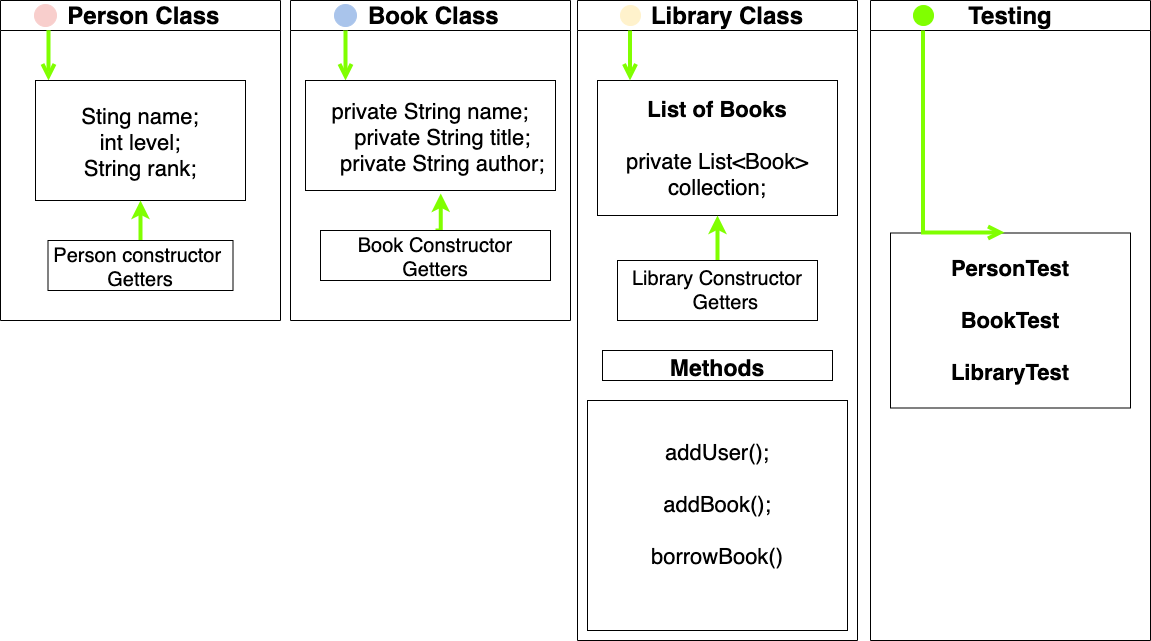
Before: src/main/java/BookLibraryUML.png, a diagram exported from draw.io (Beyond-Logic/week-3-task-Beyond-Logic). Source tidied: cells renumbered, new cells last; positions are measured from the earlier drawing's top-left corner, leaving out a move shared by most shapes.
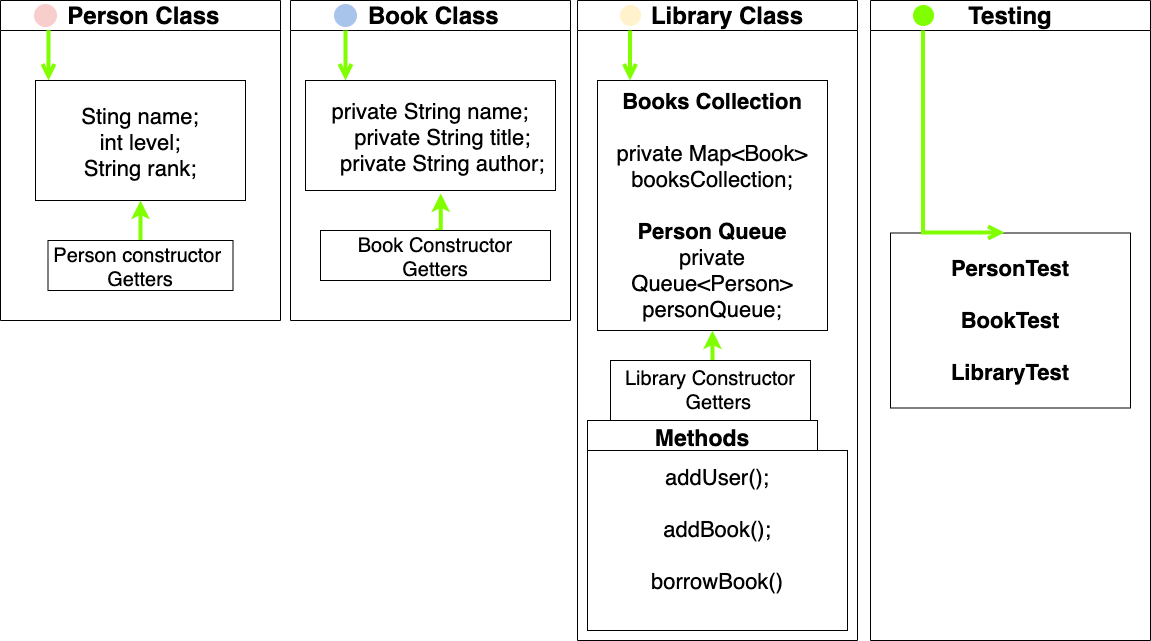
After the commit.

Commit message:
BookLibrary Base on #Priority

Diff of the diagram source:
```diff
@@ -26,20 +26,20 @@
     <mxCell id="9" style="ellipse;whiteSpace=wrap;html=1;fillColor=#FFF2CC;strokeColor=#FFF2CC;" parent="8" vertex="1">
       <mxGeometry x="43" y="5" width="20" height="20" as="geometry" />
     </mxCell>
-    <mxCell id="10" value="&lt;b style=&quot;font-size: 22px;&quot;&gt;List of Books&lt;br style=&quot;font-size: 22px;&quot;&gt;&lt;/b&gt;&lt;br style=&quot;font-size: 22px;&quot;&gt;private List&amp;lt;Book&amp;gt; collection;" style="rounded=0;whiteSpace=wrap;html=1;fontSize=22;" parent="8" vertex="1">
-      <mxGeometry x="20" y="80" width="240" height="135" as="geometry" />
+    <mxCell id="10" value="&lt;b style=&quot;font-size: 22px&quot;&gt;Books Collection&lt;br style=&quot;font-size: 22px&quot;&gt;&lt;/b&gt;&lt;br style=&quot;font-size: 22px&quot;&gt;private Map&amp;lt;Book&amp;gt; booksCollection;&lt;br&gt;&lt;br&gt;&lt;b&gt;Person Queue&lt;/b&gt;&lt;br&gt;private Queue&amp;lt;Person&amp;gt; personQueue;" style="rounded=0;whiteSpace=wrap;html=1;fontSize=22;" parent="8" vertex="1">
+      <mxGeometry x="20" y="80" width="230" height="250" as="geometry" />
     </mxCell>
     <mxCell id="11" style="edgeStyle=orthogonalEdgeStyle;rounded=0;jettySize=auto;html=1;exitX=0.5;exitY=0;exitDx=0;exitDy=0;entryX=0.5;entryY=1;entryDx=0;entryDy=0;fontSize=22;fontColor=#80FF00;strokeColor=#80FF00;strokeWidth=4;" parent="8" edge="1" source="12" target="10">
       <mxGeometry relative="1" as="geometry" />
     </mxCell>
     <mxCell id="12" value="&lt;font color=&quot;#000000&quot; style=&quot;font-size: 20px&quot;&gt;Library Constructor&lt;br&gt;&amp;nbsp; &amp;nbsp;Getters&lt;/font&gt;" style="rounded=0;whiteSpace=wrap;html=1;fontColor=#66FF66;fontSize=20;" parent="8" vertex="1">
-      <mxGeometry x="40" y="260" width="200" height="60" as="geometry" />
+      <mxGeometry x="33" y="360" width="200" height="60" as="geometry" />
     </mxCell>
     <mxCell id="13" value="&#10;Methods&#10;" style="fontStyle=1;fontSize=23;" parent="8" vertex="1">
-      <mxGeometry x="25" y="350" width="230" height="30" as="geometry" />
+      <mxGeometry x="10" y="420" width="230" height="30" as="geometry" />
     </mxCell>
     <mxCell id="14" value="&#10;addUser();&#10;&#10;addBook();&#10;&#10;borrowBook()&#10;&#10;" style="fontStyle=0;fontSize=22;" parent="8" vertex="1">
-      <mxGeometry x="10" y="400" width="260" height="230" as="geometry" />
+      <mxGeometry x="10" y="450" width="260" height="180" as="geometry" />
     </mxCell>
     <mxCell id="15" style="edgeStyle=elbowEdgeStyle;elbow=horizontal;verticalAlign=bottom;endArrow=open;endSize=8;endFill=1;rounded=0;strokeColor=#80FF00;strokeWidth=4;" parent="8" edge="1">
       <mxGeometry x="-282.5" y="-60" as="geometry">
```
